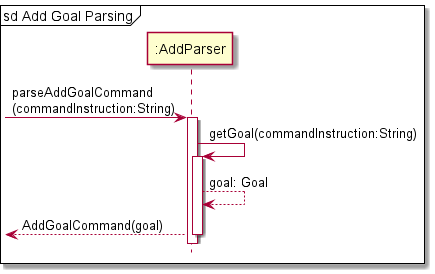
The PlantUML diagram docs/Diagram Images/Implementation Diagram Images/AddGoalCommandParserSequenceDiagram.png in nus-cs2113-AY2122S1/tp, before a commit.
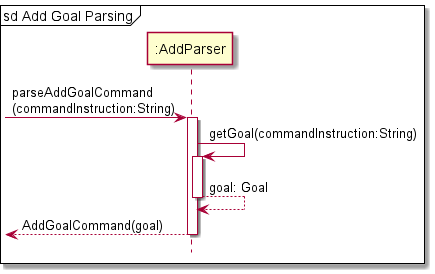
After the commit.

Commit message:
List and Done Command Sequence Diagrams + Explanation

Diff of the diagram source:
```diff
@@ -9,6 +9,7 @@
 ":AddParser" -> ":AddParser": getGoal(commandInstruction:String)
 activate ":AddParser"
 ":AddParser" --> ":AddParser": goal: Goal
+deactivate ":AddParser"
 
 <-- ":AddParser": AddGoalCommand(goal)
 deactivate ":AddParser"
```
